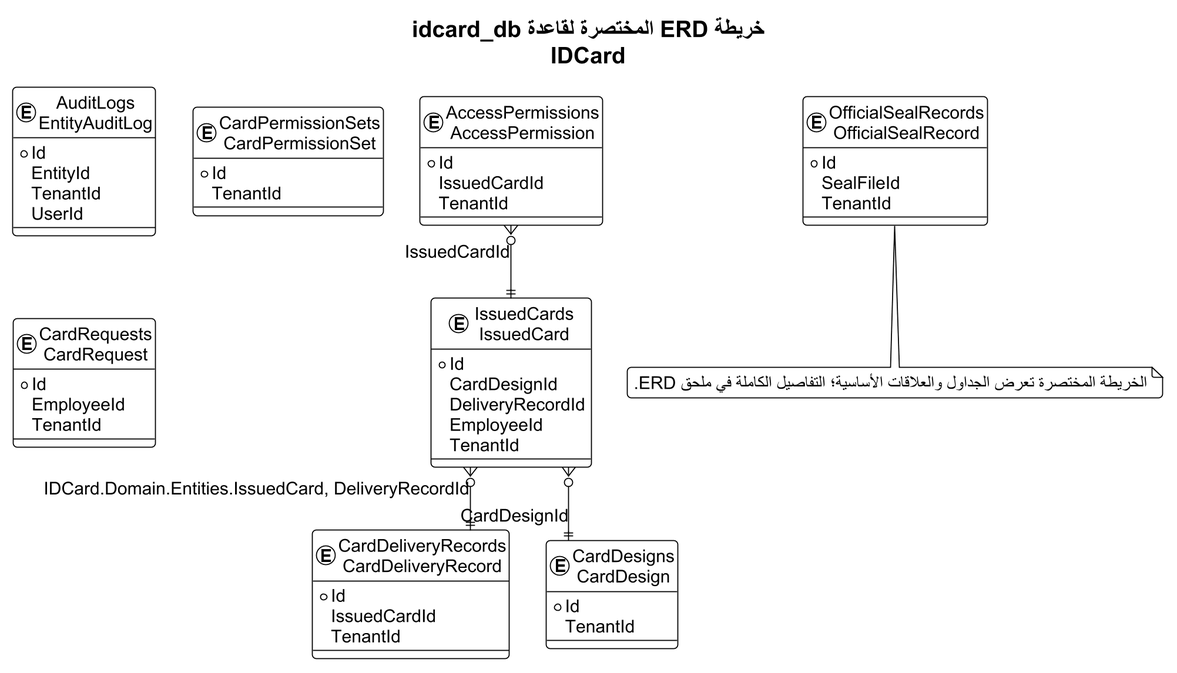
The PlantUML diagram docs/thesis_diagrams/database_erdds/compact_rendered/12_idcard_compact.png in omardefdev/HRManagement, before a commit.
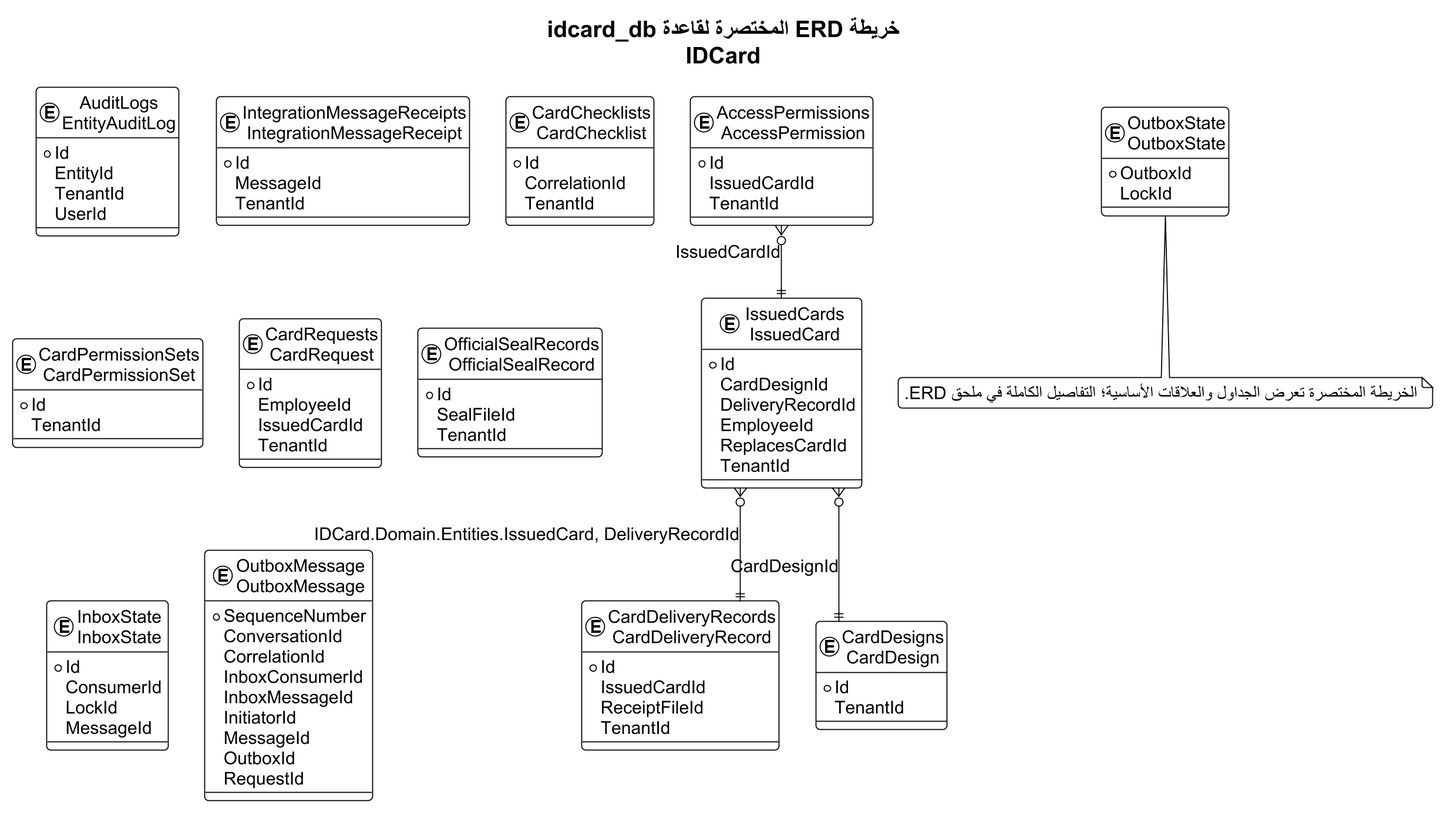
The same diagram one commit later.

Diff of the diagram source:
```diff
@@ -18,45 +18,79 @@
     TenantId
     UserId
 }
-entity "AccessPermissions\nAccessPermission" as T02 {
+entity "IntegrationMessageReceipts\nIntegrationMessageReceipt" as T02 {
+  * Id
+    MessageId
+    TenantId
+}
+entity "AccessPermissions\nAccessPermission" as T03 {
   * Id
     IssuedCardId
     TenantId
 }
-entity "CardDeliveryRecords\nCardDeliveryRecord" as T03 {
+entity "CardChecklists\nCardChecklist" as T04 {
   * Id
+    CorrelationId
+    TenantId
+}
+entity "CardDeliveryRecords\nCardDeliveryRecord" as T05 {
+  * Id
+    IssuedCardId
+    ReceiptFileId
+    TenantId
+}
+entity "CardDesigns\nCardDesign" as T06 {
+  * Id
+    TenantId
+}
+entity "CardPermissionSets\nCardPermissionSet" as T07 {
+  * Id
+    TenantId
+}
+entity "CardRequests\nCardRequest" as T08 {
+  * Id
+    EmployeeId
     IssuedCardId
     TenantId
 }
-entity "CardDesigns\nCardDesign" as T04 {
-  * Id
-    TenantId
-}
-entity "CardPermissionSets\nCardPermissionSet" as T05 {
-  * Id
-    TenantId
-}
-entity "CardRequests\nCardRequest" as T06 {
-  * Id
-    EmployeeId
-    TenantId
-}
-entity "IssuedCards\nIssuedCard" as T07 {
+entity "IssuedCards\nIssuedCard" as T09 {
   * Id
     CardDesignId
     DeliveryRecordId
     EmployeeId
+    ReplacesCardId
     TenantId
 }
-entity "OfficialSealRecords\nOfficialSealRecord" as T08 {
+entity "OfficialSealRecords\nOfficialSealRecord" as T10 {
   * Id
     SealFileId
     TenantId
 }
+entity "InboxState\nInboxState" as T11 {
+  * Id
+    ConsumerId
+    LockId
+    MessageId
+}
+entity "OutboxMessage\nOutboxMessage" as T12 {
+  * SequenceNumber
+    ConversationId
+    CorrelationId
+    InboxConsumerId
+    InboxMessageId
+    InitiatorId
+    MessageId
+    OutboxId
+    RequestId
+}
+entity "OutboxState\nOutboxState" as T13 {
+  * OutboxId
+    LockId
+}
 
-T02 }o--|| T07 : IssuedCardId
-T07 }o--|| T04 : CardDesignId
-T07 }o--|| T03 : IDCard.Domain.Entities.IssuedCard, DeliveryRecordId
+T03 }o--|| T09 : IssuedCardId
+T09 }o--|| T06 : CardDesignId
+T09 }o--|| T05 : IDCard.Domain.Entities.IssuedCard, DeliveryRecordId
 
 note bottom
 الخريطة المختصرة تعرض الجداول والعلاقات الأساسية؛ التفاصيل الكاملة في ملحق ERD.
```
